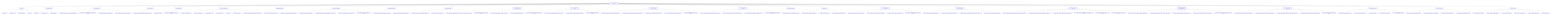
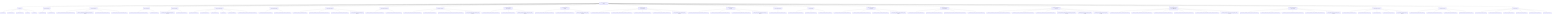
graph TD
    root["ToneSoul Documentation Authority"]
    root --> entrypoints["Entry Points"]
    entrypoints --> entrypoints_1["README.md"]
    entrypoints --> entrypoints_2["README.zh-TW.md"]
    entrypoints --> entrypoints_3["AI_ONBOARDING.md"]
    entrypoints --> entrypoints_4["INDEX.md"]
    entrypoints --> entrypoints_5["README.md"]
    root --> ai_operational_guides["AI Operational Guides"]
    ai_operational_guides --> ai_operational_guides_1["AI_QUICKSTART.md"]
    ai_operational_guides --> ai_operational_guides_2["AI_REFERENCE.md"]
    root --> canonical_architecture["Canonical Architecture"]
    canonical_architecture --> canonical_architecture_1["TONESOUL_EXTERNALIZED_COGNITIVE_ARCHITECTURE.md"]
    canonical_architecture --> canonical_architecture_2["TONESOUL_ARCHITECTURE_MEMORY_ANCHOR_2026-03-22.md"]
    canonical_architecture --> canonical_architecture_3["KNOWLEDGE_SURFACES_BOUNDARY_MAP.md"]
    canonical_architecture --> canonical_architecture_4["TONESOUL_EIGHT_LAYER_CONVERGENCE_MAP.md"]
    root --> deep_system_maps["Deep System Maps"]
    deep_system_maps --> deep_system_maps_1["TONESOUL_SYSTEM_OVERVIEW_AND_SUBSYSTEM_GUIDE.md"]
    deep_system_maps --> deep_system_maps_2["TONESOUL_ANATOMY.md"]
    root --> interpretive_readings["Interpretive Readings"]
    interpretive_readings --> interpretive_readings_1["TONESOUL_DEEP_READING_ANCHOR_2026-03-26.md"]
    interpretive_readings --> interpretive_readings_2["TONESOUL_CODEX_READING.md"]
    root --> governance_execution["Governance And Execution"]
    governance_execution --> governance_execution_1["7D_AUDIT_FRAMEWORK.md"]
    governance_execution --> governance_execution_2["7D_EXECUTION_SPEC.md"]
    governance_execution --> governance_execution_3["AUDIT_CONTRACT.md"]
    governance_execution --> governance_execution_4["API_SPEC.md"]
    governance_execution --> governance_execution_5["COUNCIL_RUNTIME.md"]
    governance_execution --> governance_execution_6["TONESOUL_SHARED_R_MEMORY_OPERATIONS_CONTRACT.md"]
    root --> claim_authority_distillation["Claim Authority Distillation"]
    claim_authority_distillation --> claim_authority_distillation_1["TONESOUL_CLAIM_AUTHORITY_MATRIX.md"]
    claim_authority_distillation --> claim_authority_distillation_2["TONESOUL_LAW_RUNTIME_BOUNDARY_CONTRACT.md"]
    root --> evidence_topology_and_verifiability["Evidence And Verifiability"]
    evidence_topology_and_verifiability --> evidence_topology_and_verifiability_1["TONESOUL_CLAIM_TO_EVIDENCE_MATRIX.md"]
    evidence_topology_and_verifiability --> evidence_topology_and_verifiability_2["TONESOUL_EVIDENCE_LADDER_AND_VERIFIABILITY_CONTRACT.md"]
    evidence_topology_and_verifiability --> evidence_topology_and_verifiability_3["TONESOUL_TEST_AND_VALIDATION_TOPOLOGY_MAP.md"]
    evidence_topology_and_verifiability --> evidence_topology_and_verifiability_4["tonesoul_evidence_followup_candidates_2026-03-29.md"]
    root --> subject_refresh_boundaries["Subject Refresh Boundaries"]
    subject_refresh_boundaries --> subject_refresh_boundaries_1["TONESOUL_SUBJECT_REFRESH_BOUNDARY_CONTRACT.md"]
    subject_refresh_boundaries --> subject_refresh_boundaries_2["TONESOUL_SUBJECT_SNAPSHOT_FIELD_LANES.md"]
    root --> control_plane_discipline["Control Plane Discipline"]
    control_plane_discipline --> control_plane_discipline_1["TONESOUL_TASK_TRACK_AND_READINESS_CONTRACT.md"]
    control_plane_discipline --> control_plane_discipline_2["TONESOUL_PLAN_DELTA_CONTRACT.md"]
    control_plane_discipline --> control_plane_discipline_3["TONESOUL_MIRROR_RUPTURE_FAIL_STOP_AND_LOW_DRIFT_ANCHOR_CONTRACT.md"]
    control_plane_discipline --> control_plane_discipline_4["tonesoul_control_plane_followup_candidates_2026-03-28.md"]
    root --> observable_shell_and_axiom_boundaries["Observable-Shell And Axiom Boundaries"]
    observable_shell_and_axiom_boundaries --> observable_shell_and_axiom_boundaries_1["TONESOUL_OBSERVABLE_SHELL_OPACITY_CONTRACT.md"]
    observable_shell_and_axiom_boundaries --> observable_shell_and_axiom_boundaries_2["TONESOUL_AXIOM_FALSIFICATION_MAP.md"]
    observable_shell_and_axiom_boundaries --> observable_shell_and_axiom_boundaries_3["tonesoul_observability_and_axiom_adoption_review_2026-03-28.md"]
    root --> council_deliberation_discipline["Council Deliberation Discipline"]
    council_deliberation_discipline --> council_deliberation_discipline_1["TONESOUL_COUNCIL_DOSSIER_AND_DISSENT_CONTRACT.md"]
    council_deliberation_discipline --> council_deliberation_discipline_2["TONESOUL_ADAPTIVE_DELIBERATION_MODE_CONTRACT.md"]
    council_deliberation_discipline --> council_deliberation_discipline_3["tonesoul_council_followup_candidates_2026-03-28.md"]
    root --> continuity_import_and_receiver_discipline["Continuity Import And Receiver Discipline"]
    continuity_import_and_receiver_discipline --> continuity_import_and_receiver_discipline_1["TONESOUL_CONTINUITY_IMPORT_AND_DECAY_CONTRACT.md"]
    continuity_import_and_receiver_discipline --> continuity_import_and_receiver_discipline_2["TONESOUL_RECEIVER_INTERPRETATION_BOUNDARY_CONTRACT.md"]
    continuity_import_and_receiver_discipline --> continuity_import_and_receiver_discipline_3["TONESOUL_CONTINUITY_SURFACE_LIFECYCLE_MAP.md"]
    continuity_import_and_receiver_discipline --> continuity_import_and_receiver_discipline_4["TONESOUL_WORKING_STYLE_CONTINUITY_CONTRACT.md"]
    continuity_import_and_receiver_discipline --> continuity_import_and_receiver_discipline_5["tonesoul_continuity_followup_candidates_2026-03-29.md"]
    root --> council_realism_and_calibration["Council Realism And Calibration"]
    council_realism_and_calibration --> council_realism_and_calibration_1["TONESOUL_COUNCIL_REALISM_AND_INDEPENDENCE_CONTRACT.md"]
    council_realism_and_calibration --> council_realism_and_calibration_2["TONESOUL_COUNCIL_CONFIDENCE_AND_CALIBRATION_MAP.md"]
    council_realism_and_calibration --> council_realism_and_calibration_3["TONESOUL_ADVERSARIAL_DELIBERATION_ADOPTION_MAP.md"]
    council_realism_and_calibration --> council_realism_and_calibration_4["tonesoul_council_realism_followup_candidates_2026-03-29.md"]
    root --> context_continuity_adoption["Context Continuity Adoption"]
    context_continuity_adoption --> context_continuity_adoption_1["TONESOUL_CONTEXT_CONTINUITY_ADOPTION_MAP.md"]
    root --> prompt_discipline_skeleton["Prompt Discipline"]
    prompt_discipline_skeleton --> prompt_discipline_skeleton_1["TONESOUL_PROMPT_DISCIPLINE_SKELETON.md"]
    prompt_discipline_skeleton --> prompt_discipline_skeleton_2["TONESOUL_PROMPT_VARIANTS.md"]
    prompt_discipline_skeleton --> prompt_discipline_skeleton_3["TONESOUL_PROMPT_STARTER_CARDS.md"]
    root --> prompt_surface_topology_and_adoption["Prompt Surface Topology And Adoption"]
    prompt_surface_topology_and_adoption --> prompt_surface_topology_and_adoption_1["TONESOUL_PROMPT_SURFACE_ADOPTION_MATRIX.md"]
    prompt_surface_topology_and_adoption --> prompt_surface_topology_and_adoption_2["TONESOUL_PROMPT_SURFACE_BOUNDARY_CONTRACT.md"]
    prompt_surface_topology_and_adoption --> prompt_surface_topology_and_adoption_3["TONESOUL_PROMPT_SURFACE_TOPOLOGY_MAP.md"]
    prompt_surface_topology_and_adoption --> prompt_surface_topology_and_adoption_4["tonesoul_prompt_adoption_followup_candidates_2026-03-29.md"]
    root --> reality_alignment_and_render_boundaries["Reality Alignment And Render Boundaries"]
    reality_alignment_and_render_boundaries --> reality_alignment_and_render_boundaries_1["TONESOUL_ENTRY_SURFACE_REALITY_BASELINE.md"]
    reality_alignment_and_render_boundaries --> reality_alignment_and_render_boundaries_2["TONESOUL_DOC_METRIC_AND_COUNT_METHOD.md"]
    reality_alignment_and_render_boundaries --> reality_alignment_and_render_boundaries_3["TONESOUL_RENDER_LAYER_AND_ENCODING_BOUNDARY_CONTRACT.md"]
    reality_alignment_and_render_boundaries --> reality_alignment_and_render_boundaries_4["TONESOUL_DOC_DRIFT_AND_CONFLICT_REGISTER.md"]
    root --> successor_continuity_and_hot_memory["Successor Continuity And Hot Memory"]
    successor_continuity_and_hot_memory --> successor_continuity_and_hot_memory_1["TONESOUL_SUCCESSOR_COLLABORATION_AND_HOT_MEMORY_CONTRACT.md"]
    successor_continuity_and_hot_memory --> successor_continuity_and_hot_memory_2["TONESOUL_LOW_DRIFT_ANCHOR_SOURCE_PRECEDENCE_CONTRACT.md"]
    successor_continuity_and_hot_memory --> successor_continuity_and_hot_memory_3["TONESOUL_HOT_MEMORY_DECAY_AND_COMPRESSION_MAP.md"]
    successor_continuity_and_hot_memory --> successor_continuity_and_hot_memory_4["tonesoul_successor_collaboration_and_hot_memory_program_2026-04-02.md"]
    successor_continuity_and_hot_memory --> successor_continuity_and_hot_memory_5["tonesoul_subsystem_parity_and_gap_map_2026-04-02.md"]
    successor_continuity_and_hot_memory --> successor_continuity_and_hot_memory_6["tonesoul_successor_sidecar_residue_triage_2026-04-02.md"]
    root --> research_driven_memory_interop_and_knowledge_layer["Research-Driven Memory Interop And Knowledge Layer"]
    research_driven_memory_interop_and_knowledge_layer --> research_driven_memory_interop_and_knowledge_layer_1["TONESOUL_CROSS_AGENT_MEMORY_CONSUMER_CONTRACT.md"]
    research_driven_memory_interop_and_knowledge_layer --> research_driven_memory_interop_and_knowledge_layer_2["TONESOUL_CLAUDE_COMPATIBLE_ENTRY_ADAPTER_CONTRACT.md"]
    research_driven_memory_interop_and_knowledge_layer --> research_driven_memory_interop_and_knowledge_layer_3["TONESOUL_KNOWLEDGE_LAYER_BOUNDARY_CONTRACT.md"]
    research_driven_memory_interop_and_knowledge_layer --> research_driven_memory_interop_and_knowledge_layer_4["TONESOUL_LAUNCH_HEALTH_TREND_READOUT_CONTRACT.md"]
-     research_driven_memory_interop_and_knowledge_layer --> research_driven_memory_interop_and_knowledge_layer_5["tonesoul_research_lines_and_memory_interop_program_2026-04-06.md"]
+     research_driven_memory_interop_and_knowledge_layer --> research_driven_memory_interop_and_knowledge_layer_5["TONESOUL_INTERNAL_STATE_OBSERVABILITY_REALITY_CHECK_CONTRACT.md"]
+     research_driven_memory_interop_and_knowledge_layer --> research_driven_memory_interop_and_knowledge_layer_6["tonesoul_research_lines_and_memory_interop_program_2026-04-06.md"]
    root --> entry_simplification_and_lineage_routing["Entry Simplification And Lineage Routing"]
    entry_simplification_and_lineage_routing --> entry_simplification_and_lineage_routing_1["TONESOUL_AUDIENCE_ROUTING_AND_ENTRY_CONTRACT.md"]
    entry_simplification_and_lineage_routing --> entry_simplification_and_lineage_routing_2["TONESOUL_HISTORICAL_SPEC_AND_LEGACY_SURFACE_MAP.md"]
    entry_simplification_and_lineage_routing --> entry_simplification_and_lineage_routing_3["TONESOUL_DOC_SURFACE_SIMPLIFICATION_BOUNDARY_CONTRACT.md"]
    entry_simplification_and_lineage_routing --> entry_simplification_and_lineage_routing_4["TONESOUL_ENCODING_AND_MOJIBAKE_HAZARD_REGISTER.md"]
    entry_simplification_and_lineage_routing --> entry_simplification_and_lineage_routing_5["tonesoul_docs_cleanup_wave_candidates_2026-03-29.md"]
    root --> doc_governance["Documentation Governance"]
    doc_governance --> doc_governance_1["DOCS_INFORMATION_ARCHITECTURE_v1.md"]
    doc_governance --> doc_governance_2["DOCS_CLASSIFICATION_LEDGER_v1.md"]
    doc_governance --> doc_governance_3["FILE_PURPOSE_MAP.md"]
    doc_governance --> doc_governance_4["doc_convergence_inventory_latest.json"]
    doc_governance --> doc_governance_5["doc_convergence_cleanup_plan_2026-03-22.md"]
    root --> convergence_contracts["Convergence Contracts"]
    convergence_contracts --> convergence_contracts_1["BASENAME_DIVERGENCE_DISTILLATION_MAP.md"]
    convergence_contracts --> convergence_contracts_2["PRIVATE_MEMORY_SHADOW_BOUNDARY_MAP.md"]
    convergence_contracts --> convergence_contracts_3["PARADOX_FIXTURE_OWNERSHIP_MAP.md"]
    convergence_contracts --> convergence_contracts_4["ENGINEERING_MIRROR_OWNERSHIP_MAP.md"]
    root --> generated_status["Generated Status"]
    generated_status --> generated_status_1["doc_convergence_inventory_latest.json"]
    generated_status --> generated_status_2["basename_divergence_distillation_latest.json"]
    generated_status --> generated_status_3["private_memory_shadow_latest.json"]
    generated_status --> generated_status_4["paradox_fixture_ownership_latest.json"]
    generated_status --> generated_status_5["engineering_mirror_ownership_latest.json"]
    generated_status --> generated_status_6["claim_authority_latest.json"]
